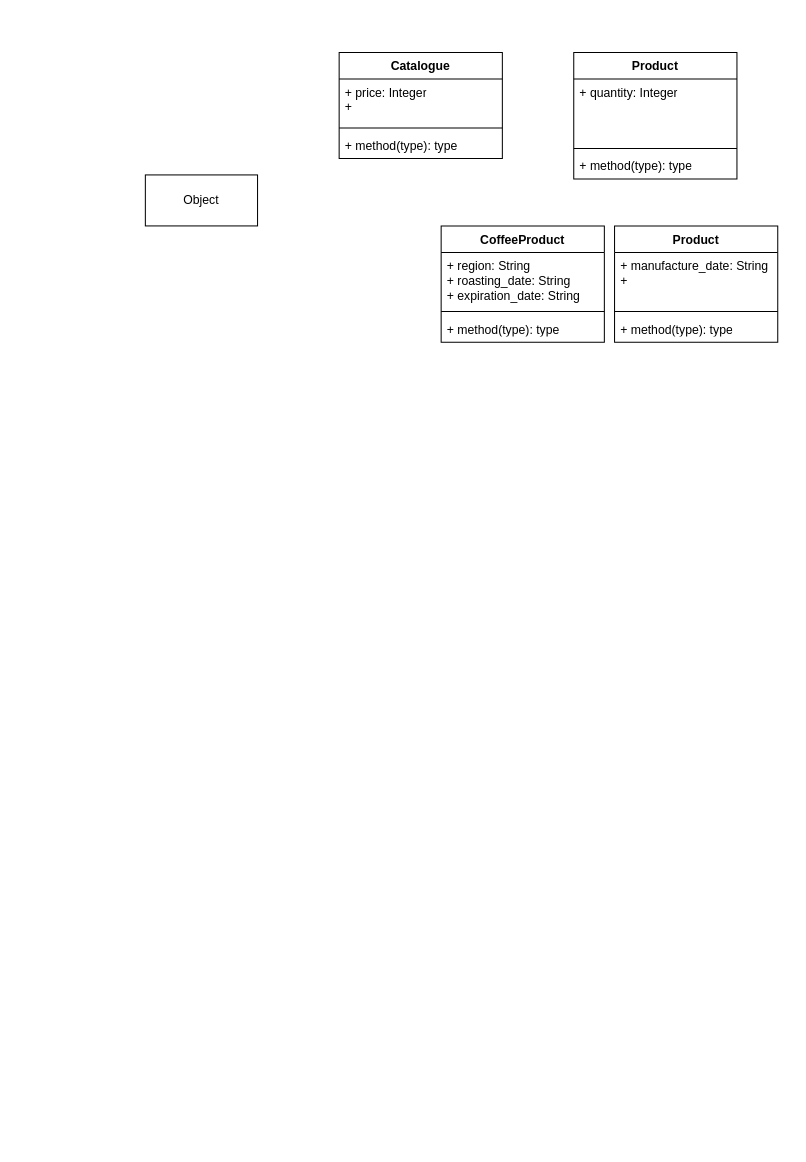
Above: lab1/cd.drawio in R3plicant/ooap_lab1 (draw.io), before the change. Source tidied: cells renumbered, new cells numbered last; positions are measured from the earlier drawing's top-left corner, leaving out a move shared by most shapes. Both pictures are drawn from the tidied source at 102%, with x=0, y=0 at pixel (145, 52).
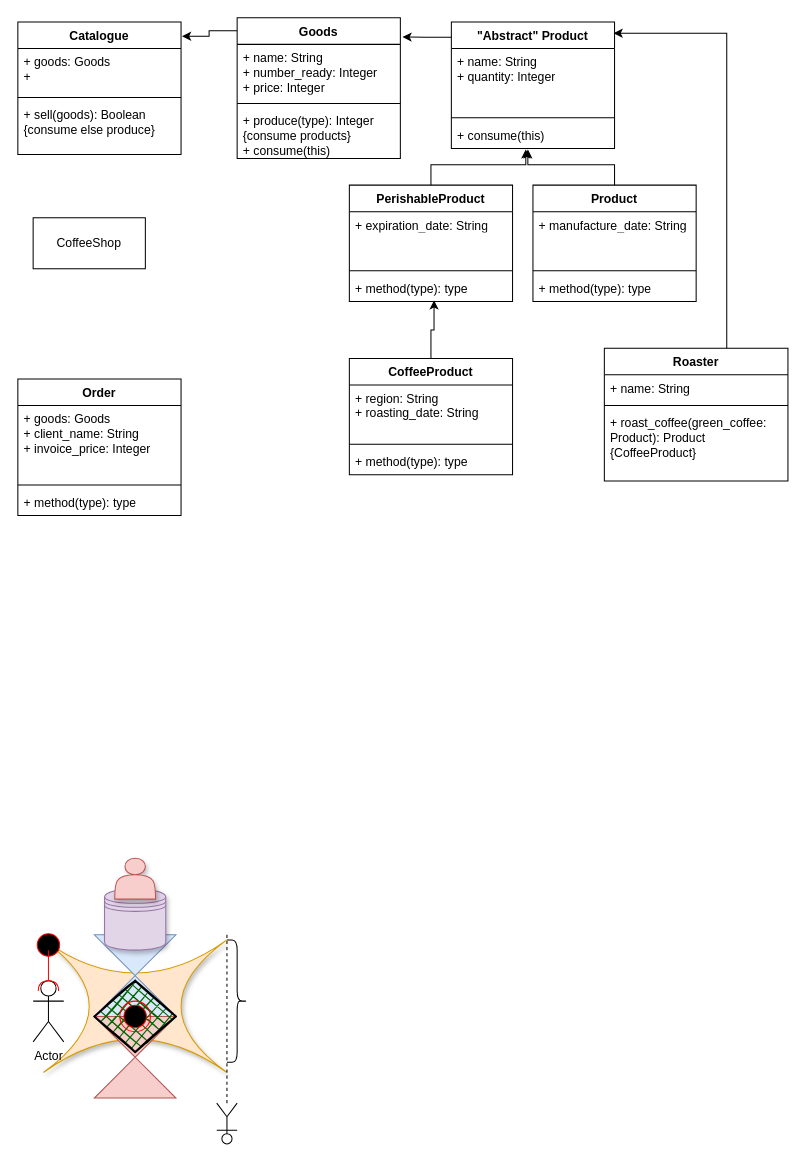
The same diagram, later.

Commit message (it also covers changes not shown here):
Class diagram update

The edit, as a diff of the source:
```diff
@@
-    <mxCell id="2" value="Object" style="html=1;whiteSpace=wrap;" parent="1" vertex="1">
-      <mxGeometry y="120" width="110" height="50" as="geometry" />
+    <mxCell id="2" value="CoffeeShop" style="html=1;whiteSpace=wrap;" parent="1" vertex="1">
+      <mxGeometry x="-110" y="162" width="110" height="50" as="geometry" />
     </mxCell>
-    <mxCell id="3" value="Product" style="swimlane;fontStyle=1;align=center;verticalAlign=top;horizontal=1;startSize=26;whiteSpace=wrap;html=1;" parent="1" vertex="1">
-      <mxGeometry x="420" width="160" height="124" as="geometry" />
+    <mxCell id="3" value="&quot;Abstract&quot; Product" style="swimlane;fontStyle=1;align=center;verticalAlign=top;horizontal=1;startSize=26;whiteSpace=wrap;html=1;" parent="1" vertex="1">
+      <mxGeometry x="300" y="-30" width="160" height="124" as="geometry" />
     </mxCell>
-    <mxCell id="4" value="+ quantity: Integer" style="text;strokeColor=none;fillColor=none;align=left;verticalAlign=top;spacingLeft=4;spacingRight=4;overflow=hidden;whiteSpace=wrap;html=1;" parent="3" vertex="1">
+    <mxCell id="4" value="+ name: String&lt;br&gt;+ quantity: Integer" style="text;strokeColor=none;fillColor=none;align=left;verticalAlign=top;spacingLeft=4;spacingRight=4;overflow=hidden;whiteSpace=wrap;html=1;" parent="3" vertex="1">
       <mxGeometry y="26" width="160" height="64" as="geometry" />
     </mxCell>
@@
-    <mxCell id="6" value="+ method(type): type" style="text;strokeColor=none;fillColor=none;align=left;verticalAlign=top;spacingLeft=4;spacingRight=4;overflow=hidden;points=[[0,0.5],[1,0.5]];portConstraint=eastwest;whiteSpace=wrap;html=1;" parent="3" vertex="1">
+    <mxCell id="6" value="+ consume(this)" style="text;strokeColor=none;fillColor=none;align=left;verticalAlign=top;spacingLeft=4;spacingRight=4;overflow=hidden;points=[[0,0.5],[1,0.5]];portConstraint=eastwest;whiteSpace=wrap;html=1;" parent="3" vertex="1">
       <mxGeometry y="98" width="160" height="26" as="geometry" />
     </mxCell>
     <mxCell id="7" value="CoffeeProduct" style="swimlane;fontStyle=1;align=center;verticalAlign=top;horizontal=1;startSize=26;whiteSpace=wrap;html=1;" parent="1" vertex="1">
-      <mxGeometry x="290" y="170" width="160" height="114" as="geometry" />
+      <mxGeometry x="200" y="300" width="160" height="114" as="geometry" />
     </mxCell>
-    <mxCell id="8" value="+ region: String&lt;br&gt;+ roasting_date: String&lt;br style=&quot;border-color: var(--border-color);&quot;&gt;+ expiration_date: String" style="text;strokeColor=none;fillColor=none;align=left;verticalAlign=top;spacingLeft=4;spacingRight=4;overflow=hidden;whiteSpace=wrap;html=1;" parent="7" vertex="1">
+    <mxCell id="8" value="+ region: String&lt;br&gt;+ roasting_date: String" style="text;strokeColor=none;fillColor=none;align=left;verticalAlign=top;spacingLeft=4;spacingRight=4;overflow=hidden;whiteSpace=wrap;html=1;" parent="7" vertex="1">
       <mxGeometry y="26" width="160" height="54" as="geometry" />
     </mxCell>
@@
     <mxCell id="11" value="Catalogue" style="swimlane;fontStyle=1;align=center;verticalAlign=top;horizontal=1;startSize=26;whiteSpace=wrap;html=1;" parent="1" vertex="1">
-      <mxGeometry x="190" width="160" height="104" as="geometry" />
+      <mxGeometry x="-125" y="-30" width="160" height="130" as="geometry" />
     </mxCell>
-    <mxCell id="12" value="+ price: Integer&lt;br&gt;+&amp;nbsp;" style="text;strokeColor=none;fillColor=none;align=left;verticalAlign=top;spacingLeft=4;spacingRight=4;overflow=hidden;whiteSpace=wrap;html=1;" parent="11" vertex="1">
+    <mxCell id="12" value="+ goods: Goods&lt;br&gt;+&amp;nbsp;" style="text;strokeColor=none;fillColor=none;align=left;verticalAlign=top;spacingLeft=4;spacingRight=4;overflow=hidden;whiteSpace=wrap;html=1;" parent="11" vertex="1">
       <mxGeometry y="26" width="160" height="44" as="geometry" />
     </mxCell>
@@
-    <mxCell id="14" value="+ method(type): type" style="text;strokeColor=none;fillColor=none;align=left;verticalAlign=top;spacingLeft=4;spacingRight=4;overflow=hidden;whiteSpace=wrap;html=1;" parent="11" vertex="1">
-      <mxGeometry y="78" width="160" height="26" as="geometry" />
+    <mxCell id="14" value="+ sell(goods): Boolean {consume else produce}" style="text;strokeColor=none;fillColor=none;align=left;verticalAlign=top;spacingLeft=4;spacingRight=4;overflow=hidden;whiteSpace=wrap;html=1;" parent="11" vertex="1">
+      <mxGeometry y="78" width="160" height="52" as="geometry" />
     </mxCell>
     <mxCell id="15" value="Product" style="swimlane;fontStyle=1;align=center;verticalAlign=top;horizontal=1;startSize=26;whiteSpace=wrap;html=1;" parent="1" vertex="1">
-      <mxGeometry x="460" y="170" width="160" height="114" as="geometry" />
+      <mxGeometry x="380" y="130" width="160" height="114" as="geometry" />
     </mxCell>
-    <mxCell id="16" value="+ manufacture_date: String&lt;br&gt;+&amp;nbsp;" style="text;strokeColor=none;fillColor=none;align=left;verticalAlign=top;spacingLeft=4;spacingRight=4;overflow=hidden;whiteSpace=wrap;html=1;" parent="15" vertex="1">
+    <mxCell id="16" value="+ manufacture_date: String" style="text;strokeColor=none;fillColor=none;align=left;verticalAlign=top;spacingLeft=4;spacingRight=4;overflow=hidden;whiteSpace=wrap;html=1;" parent="15" vertex="1">
       <mxGeometry y="26" width="160" height="54" as="geometry" />
     </mxCell>
@@
+    <mxCell id="19" value="Goods" style="swimlane;fontStyle=1;align=center;verticalAlign=top;horizontal=1;startSize=26;whiteSpace=wrap;html=1;" parent="1" vertex="1">
+      <mxGeometry x="90" y="-34" width="160" height="138" as="geometry" />
+    </mxCell>
+    <mxCell id="20" value="+ name: String&lt;br&gt;+ number_ready: Integer&lt;br&gt;+ price: Integer" style="text;strokeColor=none;fillColor=none;align=left;verticalAlign=top;spacingLeft=4;spacingRight=4;overflow=hidden;whiteSpace=wrap;html=1;" parent="19" vertex="1">
+      <mxGeometry y="26" width="160" height="54" as="geometry" />
+    </mxCell>
+    <mxCell id="21" style="line;strokeWidth=1;fillColor=none;align=left;verticalAlign=middle;spacingTop=-1;spacingLeft=3;spacingRight=3;labelPosition=right;strokeColor=inherit;" parent="19" vertex="1">
+      <mxGeometry y="80" width="160" height="8" as="geometry" />
+    </mxCell>
+    <mxCell id="22" value="+ produce(type): Integer {consume products}&lt;br&gt;+ consume(this)" style="text;strokeColor=none;fillColor=none;align=left;verticalAlign=top;spacingLeft=4;spacingRight=4;overflow=hidden;whiteSpace=wrap;html=1;" parent="19" vertex="1">
+      <mxGeometry y="88" width="160" height="50" as="geometry" />
+    </mxCell>
+    <mxCell id="23" value="PerishableProduct" style="swimlane;fontStyle=1;align=center;verticalAlign=top;horizontal=1;startSize=26;whiteSpace=wrap;html=1;" parent="1" vertex="1">
+      <mxGeometry x="200" y="130" width="160" height="114" as="geometry" />
+    </mxCell>
+    <mxCell id="24" value="+ expiration_date: String" style="text;strokeColor=none;fillColor=none;align=left;verticalAlign=top;spacingLeft=4;spacingRight=4;overflow=hidden;whiteSpace=wrap;html=1;" parent="23" vertex="1">
+      <mxGeometry y="26" width="160" height="54" as="geometry" />
+    </mxCell>
+    <mxCell id="25" style="line;strokeWidth=1;fillColor=none;align=left;verticalAlign=middle;spacingTop=-1;spacingLeft=3;spacingRight=3;labelPosition=right;strokeColor=inherit;" parent="23" vertex="1">
+      <mxGeometry y="80" width="160" height="8" as="geometry" />
+    </mxCell>
+    <mxCell id="26" value="+ method(type): type" style="text;strokeColor=none;fillColor=none;align=left;verticalAlign=top;spacingLeft=4;spacingRight=4;overflow=hidden;points=[[0,0.5],[1,0.5]];portConstraint=eastwest;whiteSpace=wrap;html=1;" parent="23" vertex="1">
+      <mxGeometry y="88" width="160" height="26" as="geometry" />
+    </mxCell>
+    <mxCell id="27" value="Order" style="swimlane;fontStyle=1;align=center;verticalAlign=top;horizontal=1;startSize=26;whiteSpace=wrap;html=1;" parent="1" vertex="1">
+      <mxGeometry x="-125" y="320" width="160" height="134" as="geometry" />
+    </mxCell>
+    <mxCell id="28" value="+ goods: Goods&lt;br&gt;+ client_name: String&lt;br&gt;+ invoice_price: Integer" style="text;strokeColor=none;fillColor=none;align=left;verticalAlign=top;spacingLeft=4;spacingRight=4;overflow=hidden;whiteSpace=wrap;html=1;" parent="27" vertex="1">
+      <mxGeometry y="26" width="160" height="74" as="geometry" />
+    </mxCell>
+    <mxCell id="29" style="line;strokeWidth=1;fillColor=none;align=left;verticalAlign=middle;spacingTop=-1;spacingLeft=3;spacingRight=3;labelPosition=right;strokeColor=inherit;" parent="27" vertex="1">
+      <mxGeometry y="100" width="160" height="8" as="geometry" />
+    </mxCell>
+    <mxCell id="30" value="+ method(type): type" style="text;strokeColor=none;fillColor=none;align=left;verticalAlign=top;spacingLeft=4;spacingRight=4;overflow=hidden;whiteSpace=wrap;html=1;" parent="27" vertex="1">
+      <mxGeometry y="108" width="160" height="26" as="geometry" />
+    </mxCell>
+    <mxCell id="31" style="edgeStyle=orthogonalEdgeStyle;rounded=0;jettySize=auto;html=1;entryX=0.519;entryY=0.962;entryDx=0;entryDy=0;entryPerimeter=0;" parent="1" edge="1" source="7" target="26">
+      <mxGeometry relative="1" as="geometry" />
+    </mxCell>
+    <mxCell id="32" style="edgeStyle=orthogonalEdgeStyle;rounded=0;jettySize=auto;html=1;entryX=0.456;entryY=1.038;entryDx=0;entryDy=0;entryPerimeter=0;" parent="1" edge="1" source="23" target="6">
+      <mxGeometry relative="1" as="geometry" />
+    </mxCell>
+    <mxCell id="33" style="edgeStyle=orthogonalEdgeStyle;rounded=0;jettySize=auto;html=1;entryX=0.469;entryY=1.038;entryDx=0;entryDy=0;entryPerimeter=0;" parent="1" edge="1" source="15" target="6">
+      <mxGeometry relative="1" as="geometry" />
+    </mxCell>
+    <mxCell id="34" style="edgeStyle=orthogonalEdgeStyle;rounded=0;jettySize=auto;html=1;entryX=1.013;entryY=0.136;entryDx=0;entryDy=0;entryPerimeter=0;exitX=0;exitY=0.121;exitDx=0;exitDy=0;exitPerimeter=0;" parent="1" edge="1" source="3" target="19">
+      <mxGeometry relative="1" as="geometry" />
+    </mxCell>
+    <mxCell id="35" style="edgeStyle=orthogonalEdgeStyle;rounded=0;jettySize=auto;html=1;entryX=1.006;entryY=0.108;entryDx=0;entryDy=0;entryPerimeter=0;exitX=0;exitY=0.091;exitDx=0;exitDy=0;exitPerimeter=0;" parent="1" edge="1" source="19" target="11">
+      <mxGeometry relative="1" as="geometry" />
+    </mxCell>
+    <mxCell id="36" style="shape=switch;whiteSpace=wrap;html=1;shadow=1;fillColor=#ffe6cc;strokeColor=#d79b00;" parent="1" vertex="1">
+      <mxGeometry x="-100" y="870" width="180" height="130" as="geometry" />
+    </mxCell>
+    <mxCell id="37" style="shape=collate;whiteSpace=wrap;html=1;fillColor=#dae8fc;strokeColor=#6c8ebf;" parent="1" vertex="1">
+      <mxGeometry x="-50" y="865" width="80" height="80" as="geometry" />
+    </mxCell>
+    <mxCell id="38" style="shape=collate;whiteSpace=wrap;html=1;fillColor=#f8cecc;strokeColor=#b85450;" parent="1" vertex="1">
+      <mxGeometry x="-50" y="945" width="80" height="80" as="geometry" />
+    </mxCell>
+    <mxCell id="39" style="shape=datastore;whiteSpace=wrap;html=1;shadow=1;fillColor=#e1d5e7;strokeColor=#9673a6;" parent="1" vertex="1">
+      <mxGeometry x="-40" y="820" width="60" height="60" as="geometry" />
+    </mxCell>
+    <mxCell id="40" style="shape=actor;whiteSpace=wrap;html=1;shadow=1;fillColor=#f8cecc;strokeColor=#b85450;" parent="1" vertex="1">
+      <mxGeometry x="-30" y="790" width="40" height="40" as="geometry" />
+    </mxCell>
+    <mxCell id="41" style="rhombus;whiteSpace=wrap;html=1;strokeWidth=2;fillWeight=-1;hachureGap=8;fillStyle=cross-hatch;fillColor=#006600;sketch=1;" parent="1" vertex="1">
+      <mxGeometry x="-50" y="910" width="80" height="70" as="geometry" />
+    </mxCell>
+    <mxCell id="42" value="Actor" style="shape=umlActor;verticalLabelPosition=bottom;verticalAlign=top;html=1;" parent="1" vertex="1">
+      <mxGeometry x="-110" y="910" width="30" height="60" as="geometry" />
+    </mxCell>
+    <mxCell id="43" style="shape=umlLifeline;perimeter=lifelinePerimeter;whiteSpace=wrap;html=1;newEdgeStyle={&quot;curved&quot;:0,&quot;rounded&quot;:0};participant=umlActor;rotation=-180;" parent="1" vertex="1">
+      <mxGeometry x="70" y="865" width="20" height="205" as="geometry" />
+    </mxCell>
+    <mxCell id="44" style="ellipse;html=1;shape=startState;fillColor=#000000;strokeColor=#ff0000;" parent="1" vertex="1">
+      <mxGeometry x="-110" y="860" width="30" height="30" as="geometry" />
+    </mxCell>
+    <mxCell id="45" style="edgeStyle=orthogonalEdgeStyle;html=1;verticalAlign=bottom;endArrow=halfCircle;endSize=8;strokeColor=#ff0000;rounded=0;endFill=0;" parent="1" edge="1">
+      <mxGeometry relative="1" as="geometry">
+        <mxPoint x="-95" y="880" as="sourcePoint" />
+        <mxPoint x="-95" y="920" as="targetPoint" />
+      </mxGeometry>
+    </mxCell>
+    <mxCell id="46" style="ellipse;html=1;shape=endState;fillColor=#000000;strokeColor=#ff0000;" parent="1" vertex="1">
+      <mxGeometry x="-25" y="930" width="30" height="30" as="geometry" />
+    </mxCell>
+    <mxCell id="47" value="Roaster" style="swimlane;fontStyle=1;align=center;verticalAlign=top;horizontal=1;startSize=26;whiteSpace=wrap;html=1;" parent="1" vertex="1">
+      <mxGeometry x="450" y="290" width="180" height="130" as="geometry" />
+    </mxCell>
+    <mxCell id="48" value="+ name: String" style="text;strokeColor=none;fillColor=none;align=left;verticalAlign=top;spacingLeft=4;spacingRight=4;overflow=hidden;whiteSpace=wrap;html=1;" parent="47" vertex="1">
+      <mxGeometry y="26" width="180" height="26" as="geometry" />
+    </mxCell>
+    <mxCell id="49" style="line;strokeWidth=1;fillColor=none;align=left;verticalAlign=middle;spacingTop=-1;spacingLeft=3;spacingRight=3;labelPosition=right;strokeColor=inherit;" parent="47" vertex="1">
+      <mxGeometry y="52" width="180" height="8" as="geometry" />
+    </mxCell>
+    <mxCell id="50" value="+ roast_coffee(green_coffee: Product): Product {CoffeeProduct}" style="text;strokeColor=none;fillColor=none;align=left;verticalAlign=top;spacingLeft=4;spacingRight=4;overflow=hidden;whiteSpace=wrap;html=1;" parent="47" vertex="1">
+      <mxGeometry y="60" width="180" height="70" as="geometry" />
+    </mxCell>
+    <mxCell id="51" style="edgeStyle=orthogonalEdgeStyle;rounded=0;jettySize=auto;html=1;entryX=0.994;entryY=0.089;entryDx=0;entryDy=0;entryPerimeter=0;" parent="1" edge="1" source="47" target="3">
+      <mxGeometry relative="1" as="geometry">
+        <Array as="points">
+          <mxPoint x="570" y="-19" />
+        </Array>
+      </mxGeometry>
+    </mxCell>
+    <mxCell id="52" style="shape=curlyBracket;whiteSpace=wrap;html=1;rounded=1;flipH=1;labelPosition=right;verticalLabelPosition=middle;align=left;verticalAlign=middle;" parent="1" vertex="1">
+      <mxGeometry x="80" y="870" width="20" height="120" as="geometry" />
+    </mxCell>
```
